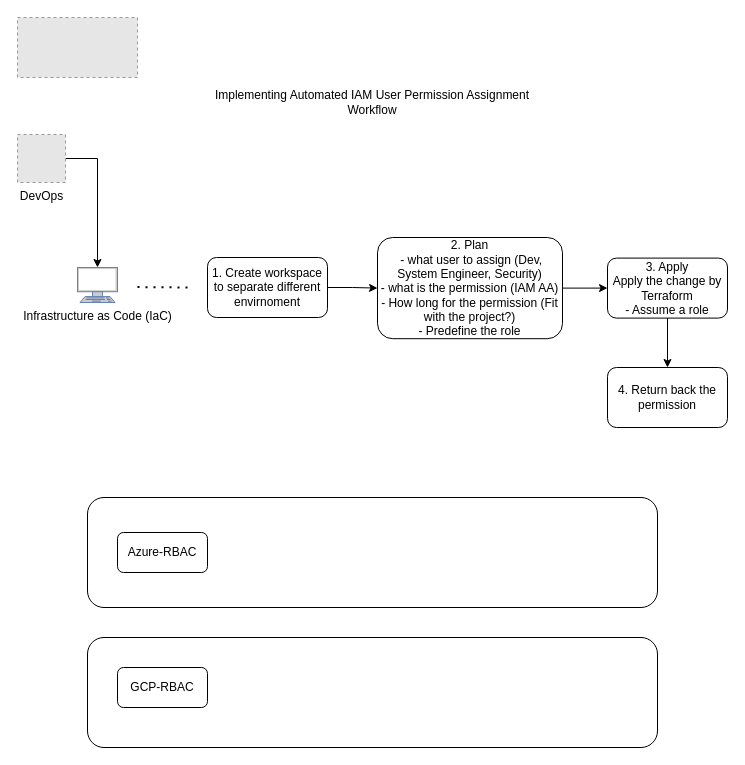
Tonyfu09/AWS keeps this draw.io diagram as Terraform-Cloud-RBAC.drawio. Above is the earlier version. Source tidied: cells renumbered, new cells numbered last; positions are measured from the earlier drawing's top-left corner, leaving out a move shared by most shapes. Both pictures are drawn from the tidied source at 100%, with x=0, y=0 at pixel (17, 17). Pictures stored in the file or linked from it are replaced by grey dashed boxes.
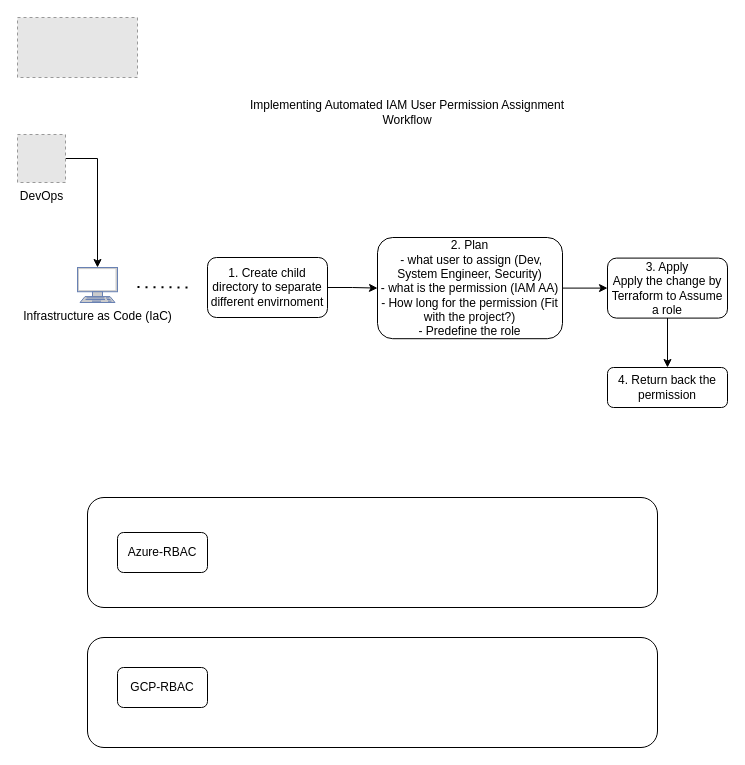
Above is the later version.

Diff of the diagram source:
```diff
@@
 <mxGraphModel>
   <root>
     <mxCell id="0" />
     <mxCell id="1" parent="0" />
     <mxCell id="2" style="rounded=1;whiteSpace=wrap;html=1;fillColor=none;" parent="1" vertex="1">
       <mxGeometry x="70" y="480" width="570" height="110" as="geometry" />
     </mxCell>
     <mxCell id="3" style="rounded=1;whiteSpace=wrap;html=1;fillColor=none;" parent="1" vertex="1">
       <mxGeometry x="70" y="620" width="570" height="110" as="geometry" />
     </mxCell>
     <mxCell id="4" style="edgeStyle=orthogonalEdgeStyle;rounded=0;jettySize=auto;html=1;" parent="1" edge="1" source="5" target="15">
       <mxGeometry relative="1" as="geometry" />
     </mxCell>
-    <mxCell id="5" value="2. Plan &lt;br&gt;&amp;nbsp;- what user to assign (Dev, System Engineer, Security)&lt;br&gt;- what is the permission (IAM AA)&lt;br&gt;- How long for the permission (Fit with the project?)&lt;br&gt;- Predefine the role" style="rounded=1;whiteSpace=wrap;html=1;gradientColor=none;" parent="1" vertex="1">
+    <mxCell id="5" value="2. Plan &lt;br&gt;&lt;div style=&quot;&quot;&gt;&lt;span style=&quot;background-color: initial;&quot;&gt;&amp;nbsp;- what user to assign (Dev, System Engineer, Security)&lt;/span&gt;&lt;/div&gt;&lt;div style=&quot;&quot;&gt;&lt;span style=&quot;background-color: initial;&quot;&gt;- what is the permission (IAM AA)&lt;/span&gt;&lt;/div&gt;&lt;div style=&quot;&quot;&gt;&lt;span style=&quot;background-color: initial;&quot;&gt;- How long for the permission (Fit with the project?)&lt;/span&gt;&lt;/div&gt;&lt;div style=&quot;&quot;&gt;&lt;span style=&quot;background-color: initial;&quot;&gt;- Predefine the role&lt;/span&gt;&lt;/div&gt;" style="rounded=1;whiteSpace=wrap;html=1;gradientColor=none;align=center;" parent="1" vertex="1">
       <mxGeometry x="360" y="220" width="185" height="101.2" as="geometry" />
     </mxCell>
     <mxCell id="6" value="Azure-RBAC" style="rounded=1;whiteSpace=wrap;html=1;" parent="1" vertex="1">
       <mxGeometry x="100" y="515" width="90" height="40" as="geometry" />
     </mxCell>
     <mxCell id="7" value="GCP-RBAC" style="rounded=1;whiteSpace=wrap;html=1;" parent="1" vertex="1">
       <mxGeometry x="100" y="650" width="90" height="40" as="geometry" />
     </mxCell>
     <mxCell id="8" style="endArrow=none;dashed=1;html=1;dashPattern=1 3;strokeWidth=2;rounded=0;" parent="1" edge="1">
       <mxGeometry relative="1" as="geometry">
         <mxPoint x="120" y="269.6" as="sourcePoint" />
         <mxPoint x="170" y="270" as="targetPoint" />
       </mxGeometry>
     </mxCell>
     <mxCell id="9" style="fillColor=#E6E6E6;strokeColor=#999999;dashed=1;verticalLabelPosition=bottom;verticalAlign=top;" parent="1" vertex="1">
       <mxGeometry width="120" height="60" as="geometry" />
     </mxCell>
     <mxCell id="10" value="&lt;font color=&quot;#000000&quot;&gt;Infrastructure as Code (IaC)&lt;/font&gt;" style="fontColor=#0066CC;verticalAlign=top;verticalLabelPosition=bottom;labelPosition=center;align=center;html=1;outlineConnect=0;fillColor=#CCCCCC;strokeColor=#6881B3;gradientColor=none;gradientDirection=north;strokeWidth=2;shape=mxgraph.networks.terminal;" parent="1" vertex="1">
       <mxGeometry x="60" y="250" width="40" height="35" as="geometry" />
     </mxCell>
     <mxCell id="11" style="edgeStyle=orthogonalEdgeStyle;rounded=0;jettySize=auto;html=1;" parent="1" edge="1" source="12" target="10">
       <mxGeometry relative="1" as="geometry" />
     </mxCell>
     <mxCell id="12" value="DevOps" style="fillColor=#E6E6E6;strokeColor=#999999;dashed=1;html=1;verticalAlign=top;verticalLabelPosition=bottom;labelBackgroundColor=#ffffff;" parent="1" vertex="1">
       <mxGeometry y="117" width="48" height="48" as="geometry" />
     </mxCell>
     <mxCell id="13" value="Implementing Automated IAM User Permission Assignment Workflow" style="text;html=1;strokeColor=none;fillColor=none;align=center;verticalAlign=middle;whiteSpace=wrap;rounded=0;" parent="1" vertex="1">
-      <mxGeometry x="185" y="70" width="340" height="30" as="geometry" />
+      <mxGeometry x="220" y="80" width="340" height="30" as="geometry" />
     </mxCell>
     <mxCell id="14" style="edgeStyle=orthogonalEdgeStyle;rounded=0;jettySize=auto;html=1;" parent="1" edge="1" source="15" target="16">
       <mxGeometry relative="1" as="geometry" />
     </mxCell>
-    <mxCell id="15" value="3. Apply&lt;br&gt;Apply the change by Terraform&lt;br&gt;- Assume a role" style="whiteSpace=wrap;html=1;rounded=1;gradientColor=none;" parent="1" vertex="1">
+    <mxCell id="15" value="3. Apply&lt;br&gt;Apply the change by Terraform to Assume a role" style="whiteSpace=wrap;html=1;rounded=1;gradientColor=none;" parent="1" vertex="1">
       <mxGeometry x="590" y="240.6" width="120" height="60" as="geometry" />
     </mxCell>
     <mxCell id="16" value="4. Return back the permission" style="whiteSpace=wrap;html=1;rounded=1;gradientColor=none;" parent="1" vertex="1">
-      <mxGeometry x="590" y="350" width="120" height="60" as="geometry" />
+      <mxGeometry x="590" y="350" width="120" height="40" as="geometry" />
     </mxCell>
     <mxCell id="17" style="edgeStyle=orthogonalEdgeStyle;rounded=0;jettySize=auto;html=1;" parent="1" edge="1" source="18" target="5">
       <mxGeometry relative="1" as="geometry" />
     </mxCell>
-    <mxCell id="18" value="1. Create workspace to separate different envirnoment" style="rounded=1;whiteSpace=wrap;html=1;" parent="1" vertex="1">
+    <mxCell id="18" value="1. Create&amp;nbsp;child directory&amp;nbsp;&lt;span style=&quot;background-color: initial;&quot;&gt;to separate different envirnoment&lt;/span&gt;" style="rounded=1;whiteSpace=wrap;html=1;" parent="1" vertex="1">
       <mxGeometry x="190" y="240" width="120" height="60" as="geometry" />
     </mxCell>
   </root>
 </mxGraphModel>
```
